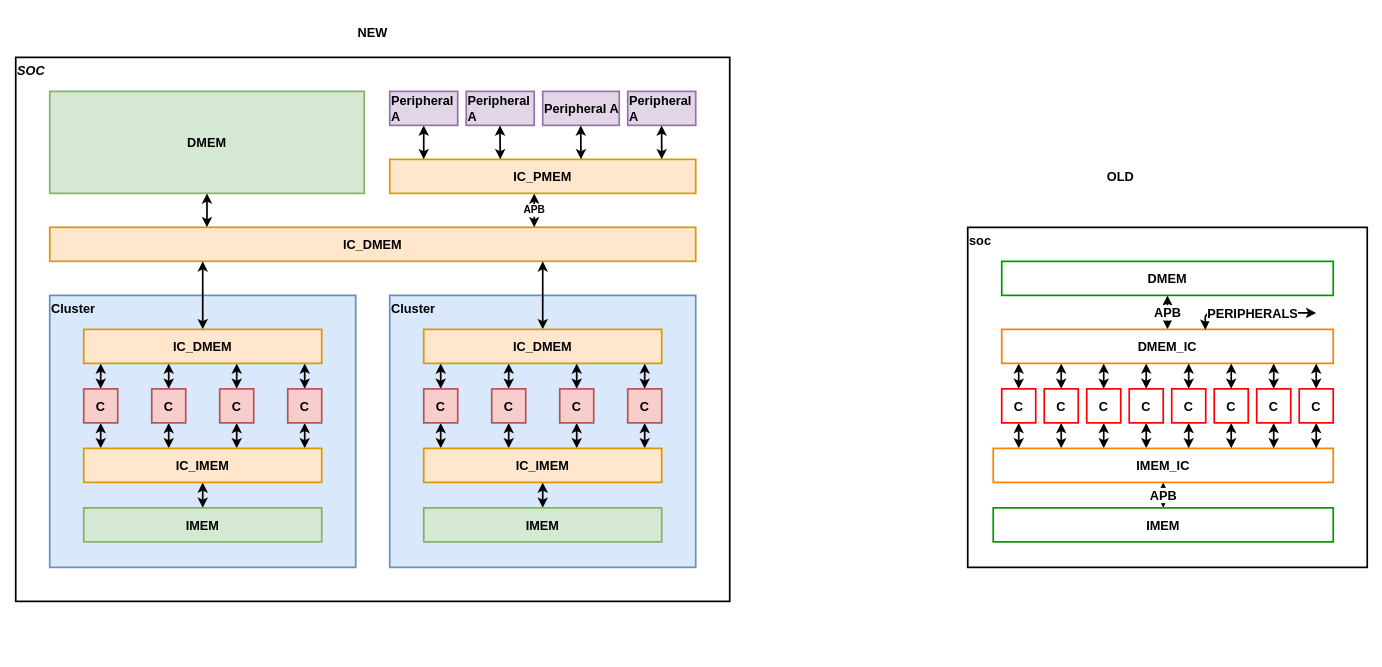
Earlier version of the draw.io diagram docs/img/cluster.drawio (bendl/vmicro16_cluster_soc). Source tidied: cells renumbered, new cells numbered last; positions are measured from the earlier drawing's top-left corner, leaving out a move shared by most shapes. Both pictures are drawn from the tidied source at 85%, with x=0, y=0 at pixel (15, 14).
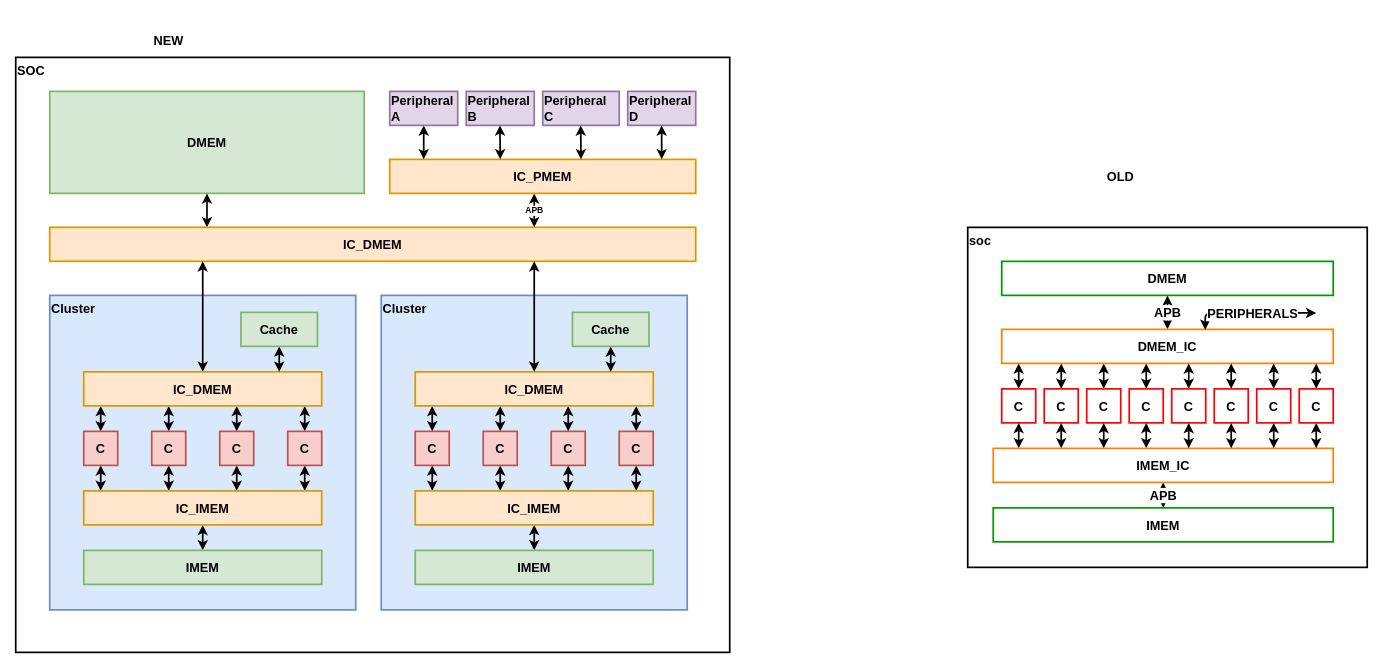
Above is the later version.

The change refers to these unchanged cells:
```xml
<mxCell id="19" value="DMEM" style="rounded=0;whiteSpace=wrap;html=1;strokeColor=#82b366;strokeWidth=2;fillColor=#d5e8d4;fontStyle=1;fontSize=15;" parent="1" vertex="1">
  <mxGeometry x="40" y="90" width="370" height="120" as="geometry" />
</mxCell>
<mxCell id="21" value="IC_DMEM" style="rounded=0;whiteSpace=wrap;html=1;strokeColor=#d79b00;strokeWidth=2;fillColor=#ffe6cc;fontStyle=1;fontSize=15;" parent="1" vertex="1">
  <mxGeometry x="40" y="249.9" width="760" height="40" as="geometry" />
</mxCell>
<mxCell id="78" value="IC_PMEM" style="rounded=0;whiteSpace=wrap;html=1;strokeColor=#d79b00;strokeWidth=2;fillColor=#ffe6cc;fontStyle=1;fontSize=15;" parent="1" vertex="1">
  <mxGeometry x="440" y="170" width="360" height="40" as="geometry" />
</mxCell>
```

What changed in the source:
```diff
@@
-    <mxCell id="2" value="SOC" style="rounded=0;whiteSpace=wrap;html=1;strokeColor=#000000;align=left;verticalAlign=top;strokeWidth=2;fontStyle=3;fontSize=15;" parent="1" vertex="1">
-      <mxGeometry y="50" width="840" height="640" as="geometry" />
+    <mxCell id="2" value="SOC" style="rounded=0;whiteSpace=wrap;html=1;strokeColor=#000000;align=left;verticalAlign=top;strokeWidth=2;fontStyle=1;fontSize=15;" parent="1" vertex="1">
+      <mxGeometry y="50" width="840" height="700" as="geometry" />
     </mxCell>
     <mxCell id="3" value="Cluster" style="rounded=0;whiteSpace=wrap;html=1;strokeColor=#6c8ebf;align=left;verticalAlign=top;strokeWidth=2;fillColor=#dae8fc;fontStyle=1;fontSize=15;" parent="1" vertex="1">
-      <mxGeometry x="40" y="330" width="360" height="320" as="geometry" />
+      <mxGeometry x="40" y="330" width="360" height="370" as="geometry" />
     </mxCell>
@@
     <mxCell id="6" value="C" style="rounded=0;whiteSpace=wrap;html=1;strokeColor=#b85450;strokeWidth=2;fillColor=#f8cecc;fontStyle=1;fontSize=15;" parent="1" vertex="1">
-      <mxGeometry x="160" y="440" width="40" height="40" as="geometry" />
+      <mxGeometry x="160" y="490" width="40" height="40" as="geometry" />
     </mxCell>
@@
     <mxCell id="9" value="C" style="rounded=0;whiteSpace=wrap;html=1;strokeColor=#b85450;strokeWidth=2;fillColor=#f8cecc;fontStyle=1;fontSize=15;" parent="1" vertex="1">
-      <mxGeometry x="240" y="440" width="40" height="40" as="geometry" />
+      <mxGeometry x="240" y="490" width="40" height="40" as="geometry" />
     </mxCell>
@@
     <mxCell id="12" value="C" style="rounded=0;whiteSpace=wrap;html=1;strokeColor=#b85450;strokeWidth=2;fillColor=#f8cecc;fontStyle=1;fontSize=15;" parent="1" vertex="1">
-      <mxGeometry x="80" y="440" width="40" height="40" as="geometry" />
+      <mxGeometry x="80" y="490" width="40" height="40" as="geometry" />
     </mxCell>
@@
     <mxCell id="15" value="C" style="rounded=0;whiteSpace=wrap;html=1;strokeColor=#b85450;strokeWidth=2;fillColor=#f8cecc;fontStyle=1;fontSize=15;" parent="1" vertex="1">
-      <mxGeometry x="320" y="440" width="40" height="40" as="geometry" />
+      <mxGeometry x="320" y="490" width="40" height="40" as="geometry" />
     </mxCell>
@@
     <mxCell id="17" value="IC_IMEM" style="rounded=0;whiteSpace=wrap;html=1;strokeColor=#d79b00;strokeWidth=2;fillColor=#ffe6cc;fontStyle=1;fontSize=15;" parent="1" vertex="1">
-      <mxGeometry x="80" y="510" width="280" height="40" as="geometry" />
+      <mxGeometry x="80" y="560" width="280" height="40" as="geometry" />
     </mxCell>
     <mxCell id="18" value="IMEM" style="rounded=0;whiteSpace=wrap;html=1;strokeColor=#82b366;strokeWidth=2;fillColor=#d5e8d4;fontStyle=1;fontSize=15;" parent="1" vertex="1">
-      <mxGeometry x="80" y="580" width="280" height="40" as="geometry" />
+      <mxGeometry x="80" y="630" width="280" height="40" as="geometry" />
     </mxCell>
@@
-    <mxCell id="20" style="edgeStyle=elbowEdgeStyle;rounded=0;jettySize=auto;html=1;entryX=0.5;entryY=1;entryDx=0;entryDy=0;startArrow=classic;startFill=1;strokeWidth=2;fontStyle=1;fontSize=15;" parent="1" edge="1" source="21" target="19">
+    <mxCell id="20" style="edgeStyle=elbowEdgeStyle;rounded=0;jettySize=auto;html=1;startArrow=classic;startFill=1;strokeWidth=2;fontStyle=1;fontSize=15;" parent="1" edge="1" source="21" target="19">
       <mxGeometry relative="1" as="geometry">
         <Array as="points">
           <mxPoint x="225" y="230" />
         </Array>
       </mxGeometry>
     </mxCell>
@@
     <mxCell id="23" value="IC_DMEM" style="rounded=0;whiteSpace=wrap;html=1;strokeColor=#d79b00;strokeWidth=2;fillColor=#ffe6cc;fontStyle=1;fontSize=15;" parent="1" vertex="1">
-      <mxGeometry x="80" y="370" width="280" height="40" as="geometry" />
+      <mxGeometry x="80" y="420" width="280" height="40" as="geometry" />
     </mxCell>
-    <mxCell id="24" value="Cluster" style="rounded=0;whiteSpace=wrap;html=1;strokeColor=#6c8ebf;align=left;verticalAlign=top;strokeWidth=2;fillColor=#dae8fc;fontStyle=1;fontSize=15;" parent="1" vertex="1">
-      <mxGeometry x="440" y="330" width="360" height="320" as="geometry" />
-    </mxCell>
-    <mxCell id="25" style="edgeStyle=elbowEdgeStyle;rounded=0;jettySize=auto;html=1;exitX=0.5;exitY=0;exitDx=0;exitDy=0;startArrow=classic;startFill=1;strokeWidth=2;fontStyle=1;fontSize=15;" parent="1" edge="1" source="27" target="41">
-      <mxGeometry relative="1" as="geometry" />
-    </mxCell>
-    <mxCell id="26" style="edgeStyle=elbowEdgeStyle;rounded=0;jettySize=auto;html=1;exitX=0.5;exitY=1;exitDx=0;exitDy=0;startArrow=classic;startFill=1;strokeWidth=2;fontStyle=1;fontSize=15;" parent="1" edge="1" source="27" target="38">
-      <mxGeometry relative="1" as="geometry" />
-    </mxCell>
-    <mxCell id="27" value="C" style="rounded=0;whiteSpace=wrap;html=1;strokeColor=#b85450;strokeWidth=2;fillColor=#f8cecc;fontStyle=1;fontSize=15;" parent="1" vertex="1">
-      <mxGeometry x="560" y="440" width="40" height="40" as="geometry" />
-    </mxCell>
-    <mxCell id="28" style="edgeStyle=elbowEdgeStyle;rounded=0;jettySize=auto;html=1;exitX=0.5;exitY=0;exitDx=0;exitDy=0;startArrow=classic;startFill=1;strokeWidth=2;fontStyle=1;fontSize=15;" parent="1" edge="1" source="30" target="41">
-      <mxGeometry relative="1" as="geometry" />
-    </mxCell>
-    <mxCell id="29" style="edgeStyle=elbowEdgeStyle;rounded=0;jettySize=auto;html=1;exitX=0.5;exitY=1;exitDx=0;exitDy=0;startArrow=classic;startFill=1;strokeWidth=2;fontStyle=1;fontSize=15;" parent="1" edge="1" source="30" target="38">
-      <mxGeometry relative="1" as="geometry" />
-    </mxCell>
-    <mxCell id="30" value="C" style="rounded=0;whiteSpace=wrap;html=1;strokeColor=#b85450;strokeWidth=2;fillColor=#f8cecc;fontStyle=1;fontSize=15;" parent="1" vertex="1">
-      <mxGeometry x="640" y="440" width="40" height="40" as="geometry" />
-    </mxCell>
-    <mxCell id="31" style="edgeStyle=elbowEdgeStyle;rounded=0;jettySize=auto;html=1;exitX=0.5;exitY=0;exitDx=0;exitDy=0;startArrow=classic;startFill=1;strokeWidth=2;fontStyle=1;fontSize=15;" parent="1" edge="1" source="33" target="41">
-      <mxGeometry relative="1" as="geometry" />
-    </mxCell>
-    <mxCell id="32" style="edgeStyle=elbowEdgeStyle;rounded=0;jettySize=auto;html=1;exitX=0.5;exitY=1;exitDx=0;exitDy=0;startArrow=classic;startFill=1;strokeWidth=2;fontStyle=1;fontSize=15;" parent="1" edge="1" source="33" target="38">
-      <mxGeometry relative="1" as="geometry" />
-    </mxCell>
-    <mxCell id="33" value="C" style="rounded=0;whiteSpace=wrap;html=1;strokeColor=#b85450;strokeWidth=2;fillColor=#f8cecc;fontStyle=1;fontSize=15;" parent="1" vertex="1">
-      <mxGeometry x="480" y="440" width="40" height="40" as="geometry" />
-    </mxCell>
-    <mxCell id="34" style="edgeStyle=elbowEdgeStyle;rounded=0;jettySize=auto;html=1;exitX=0.5;exitY=0;exitDx=0;exitDy=0;startArrow=classic;startFill=1;strokeWidth=2;fontStyle=1;fontSize=15;" parent="1" edge="1" source="36" target="41">
-      <mxGeometry relative="1" as="geometry" />
-    </mxCell>
-    <mxCell id="35" style="edgeStyle=elbowEdgeStyle;rounded=0;jettySize=auto;html=1;exitX=0.5;exitY=1;exitDx=0;exitDy=0;startArrow=classic;startFill=1;strokeWidth=2;fontStyle=1;fontSize=15;" parent="1" edge="1" source="36" target="38">
-      <mxGeometry relative="1" as="geometry" />
-    </mxCell>
-    <mxCell id="36" value="C" style="rounded=0;whiteSpace=wrap;html=1;strokeColor=#b85450;strokeWidth=2;fillColor=#f8cecc;fontStyle=1;fontSize=15;" parent="1" vertex="1">
-      <mxGeometry x="720" y="440" width="40" height="40" as="geometry" />
-    </mxCell>
-    <mxCell id="37" style="edgeStyle=elbowEdgeStyle;rounded=0;jettySize=auto;html=1;exitX=0.5;exitY=1;exitDx=0;exitDy=0;startArrow=classic;startFill=1;strokeWidth=2;fontStyle=1;fontSize=15;" parent="1" edge="1" source="38" target="39">
-      <mxGeometry relative="1" as="geometry" />
-    </mxCell>
-    <mxCell id="38" value="IC_IMEM" style="rounded=0;whiteSpace=wrap;html=1;strokeColor=#d79b00;strokeWidth=2;fillColor=#ffe6cc;fontStyle=1;fontSize=15;" parent="1" vertex="1">
-      <mxGeometry x="480" y="510" width="280" height="40" as="geometry" />
-    </mxCell>
-    <mxCell id="39" value="IMEM" style="rounded=0;whiteSpace=wrap;html=1;strokeColor=#82b366;strokeWidth=2;fillColor=#d5e8d4;fontStyle=1;fontSize=15;" parent="1" vertex="1">
-      <mxGeometry x="480" y="580" width="280" height="40" as="geometry" />
-    </mxCell>
-    <mxCell id="40" style="edgeStyle=elbowEdgeStyle;rounded=0;jettySize=auto;html=1;exitX=0.5;exitY=0;exitDx=0;exitDy=0;startArrow=classic;startFill=1;strokeWidth=2;fontStyle=1;fontSize=15;" parent="1" edge="1" source="41" target="21">
-      <mxGeometry relative="1" as="geometry" />
-    </mxCell>
-    <mxCell id="41" value="IC_DMEM" style="rounded=0;whiteSpace=wrap;html=1;strokeColor=#d79b00;strokeWidth=2;fillColor=#ffe6cc;fontStyle=1;fontSize=15;" parent="1" vertex="1">
-      <mxGeometry x="480" y="370" width="280" height="40" as="geometry" />
-    </mxCell>
@@
     <mxCell id="62" value="NEW" style="text;html=1;strokeColor=none;fillColor=none;align=center;verticalAlign=middle;whiteSpace=wrap;rounded=0;strokeWidth=2;fontStyle=1;fontSize=15;" parent="1" vertex="1">
-      <mxGeometry x="240" width="360" height="40" as="geometry" />
+      <mxGeometry y="10" width="360" height="40" as="geometry" />
     </mxCell>
@@
-    <mxCell id="75" value="APB" style="endArrow=classic;startArrow=classic;html=1;strokeWidth=2;entryX=0.75;entryY=0;entryDx=0;entryDy=0;edgeStyle=elbowEdgeStyle;fontStyle=1;fontSize=12;" parent="1" edge="1" source="78" target="21">
+    <mxCell id="75" value="APB" style="endArrow=classic;startArrow=classic;html=1;strokeWidth=2;entryX=0.75;entryY=0;entryDx=0;entryDy=0;edgeStyle=elbowEdgeStyle;fontStyle=1;fontSize=10;" parent="1" edge="1" source="78" target="21">
       <mxGeometry relative="1" as="geometry" />
     </mxCell>
@@
-    <mxCell id="77" value="Peripheral A" style="rounded=0;whiteSpace=wrap;html=1;strokeColor=#9673a6;strokeWidth=2;align=left;fillColor=#e1d5e7;fontStyle=1;fontSize=15;" parent="1" vertex="1">
+    <mxCell id="77" value="Peripheral D" style="rounded=0;whiteSpace=wrap;html=1;strokeColor=#9673a6;strokeWidth=2;align=left;fillColor=#e1d5e7;fontStyle=1;fontSize=15;" parent="1" vertex="1">
       <mxGeometry x="720" y="90" width="80" height="40" as="geometry" />
     </mxCell>
@@
-    <mxCell id="79" value="Peripheral A" style="rounded=0;whiteSpace=wrap;html=1;strokeColor=#9673a6;strokeWidth=2;align=left;fillColor=#e1d5e7;fontStyle=1;fontSize=15;" parent="1" vertex="1">
+    <mxCell id="79" value="Peripheral C" style="rounded=0;whiteSpace=wrap;html=1;strokeColor=#9673a6;strokeWidth=2;align=left;fillColor=#e1d5e7;fontStyle=1;fontSize=15;" parent="1" vertex="1">
       <mxGeometry x="620" y="90" width="90" height="40" as="geometry" />
     </mxCell>
-    <mxCell id="80" value="Peripheral A" style="rounded=0;whiteSpace=wrap;html=1;strokeColor=#9673a6;strokeWidth=2;align=left;fillColor=#e1d5e7;fontStyle=1;fontSize=15;" parent="1" vertex="1">
+    <mxCell id="80" value="Peripheral B" style="rounded=0;whiteSpace=wrap;html=1;strokeColor=#9673a6;strokeWidth=2;align=left;fillColor=#e1d5e7;fontStyle=1;fontSize=15;" parent="1" vertex="1">
       <mxGeometry x="530" y="90" width="80" height="40" as="geometry" />
     </mxCell>
@@
+    <mxCell id="86" style="edgeStyle=elbowEdgeStyle;rounded=0;jettySize=auto;html=1;exitX=0.5;exitY=1;exitDx=0;exitDy=0;startArrow=classic;startFill=1;strokeWidth=2;fontSize=12;" parent="1" edge="1" source="87" target="23">
+      <mxGeometry relative="1" as="geometry" />
+    </mxCell>
+    <mxCell id="87" value="Cache" style="rounded=0;whiteSpace=wrap;html=1;strokeColor=#82b366;strokeWidth=2;fillColor=#d5e8d4;fontStyle=1;fontSize=15;" parent="1" vertex="1">
+      <mxGeometry x="265" y="350" width="90" height="40" as="geometry" />
+    </mxCell>
+    <mxCell id="24" value="Cluster" style="rounded=0;whiteSpace=wrap;html=1;strokeColor=#6c8ebf;align=left;verticalAlign=top;strokeWidth=2;fillColor=#dae8fc;fontStyle=1;fontSize=15;" parent="1" vertex="1">
+      <mxGeometry x="430" y="330" width="360" height="370" as="geometry" />
+    </mxCell>
+    <mxCell id="88" style="edgeStyle=elbowEdgeStyle;rounded=0;jettySize=auto;html=1;exitX=0.5;exitY=0;exitDx=0;exitDy=0;startArrow=classic;startFill=1;strokeWidth=2;fontStyle=1;fontSize=15;" parent="1" edge="1" source="90" target="41">
+      <mxGeometry relative="1" as="geometry" />
+    </mxCell>
+    <mxCell id="89" style="edgeStyle=elbowEdgeStyle;rounded=0;jettySize=auto;html=1;exitX=0.5;exitY=1;exitDx=0;exitDy=0;startArrow=classic;startFill=1;strokeWidth=2;fontStyle=1;fontSize=15;" parent="1" edge="1" source="90" target="38">
+      <mxGeometry relative="1" as="geometry" />
+    </mxCell>
+    <mxCell id="90" value="C" style="rounded=0;whiteSpace=wrap;html=1;strokeColor=#b85450;strokeWidth=2;fillColor=#f8cecc;fontStyle=1;fontSize=15;" parent="1" vertex="1">
+      <mxGeometry x="550" y="490" width="40" height="40" as="geometry" />
+    </mxCell>
+    <mxCell id="91" style="edgeStyle=elbowEdgeStyle;rounded=0;jettySize=auto;html=1;exitX=0.5;exitY=0;exitDx=0;exitDy=0;startArrow=classic;startFill=1;strokeWidth=2;fontStyle=1;fontSize=15;" parent="1" edge="1" source="93" target="41">
+      <mxGeometry relative="1" as="geometry" />
+    </mxCell>
+    <mxCell id="92" style="edgeStyle=elbowEdgeStyle;rounded=0;jettySize=auto;html=1;exitX=0.5;exitY=1;exitDx=0;exitDy=0;startArrow=classic;startFill=1;strokeWidth=2;fontStyle=1;fontSize=15;" parent="1" edge="1" source="93" target="38">
+      <mxGeometry relative="1" as="geometry" />
+    </mxCell>
+    <mxCell id="93" value="C" style="rounded=0;whiteSpace=wrap;html=1;strokeColor=#b85450;strokeWidth=2;fillColor=#f8cecc;fontStyle=1;fontSize=15;" parent="1" vertex="1">
+      <mxGeometry x="630" y="490" width="40" height="40" as="geometry" />
+    </mxCell>
+    <mxCell id="94" style="edgeStyle=elbowEdgeStyle;rounded=0;jettySize=auto;html=1;exitX=0.5;exitY=0;exitDx=0;exitDy=0;startArrow=classic;startFill=1;strokeWidth=2;fontStyle=1;fontSize=15;" parent="1" edge="1" source="96" target="41">
+      <mxGeometry relative="1" as="geometry" />
+    </mxCell>
+    <mxCell id="95" style="edgeStyle=elbowEdgeStyle;rounded=0;jettySize=auto;html=1;exitX=0.5;exitY=1;exitDx=0;exitDy=0;startArrow=classic;startFill=1;strokeWidth=2;fontStyle=1;fontSize=15;" parent="1" edge="1" source="96" target="38">
+      <mxGeometry relative="1" as="geometry" />
+    </mxCell>
+    <mxCell id="96" value="C" style="rounded=0;whiteSpace=wrap;html=1;strokeColor=#b85450;strokeWidth=2;fillColor=#f8cecc;fontStyle=1;fontSize=15;" parent="1" vertex="1">
+      <mxGeometry x="470" y="490" width="40" height="40" as="geometry" />
+    </mxCell>
+    <mxCell id="97" style="edgeStyle=elbowEdgeStyle;rounded=0;jettySize=auto;html=1;exitX=0.5;exitY=0;exitDx=0;exitDy=0;startArrow=classic;startFill=1;strokeWidth=2;fontStyle=1;fontSize=15;" parent="1" edge="1" source="99" target="41">
+      <mxGeometry relative="1" as="geometry" />
+    </mxCell>
+    <mxCell id="98" style="edgeStyle=elbowEdgeStyle;rounded=0;jettySize=auto;html=1;exitX=0.5;exitY=1;exitDx=0;exitDy=0;startArrow=classic;startFill=1;strokeWidth=2;fontStyle=1;fontSize=15;" parent="1" edge="1" source="99" target="38">
+      <mxGeometry relative="1" as="geometry" />
+    </mxCell>
+    <mxCell id="99" value="C" style="rounded=0;whiteSpace=wrap;html=1;strokeColor=#b85450;strokeWidth=2;fillColor=#f8cecc;fontStyle=1;fontSize=15;" parent="1" vertex="1">
+      <mxGeometry x="710" y="490" width="40" height="40" as="geometry" />
+    </mxCell>
+    <mxCell id="37" style="edgeStyle=elbowEdgeStyle;rounded=0;jettySize=auto;html=1;exitX=0.5;exitY=1;exitDx=0;exitDy=0;startArrow=classic;startFill=1;strokeWidth=2;fontStyle=1;fontSize=15;" parent="1" edge="1" source="38" target="39">
+      <mxGeometry relative="1" as="geometry" />
+    </mxCell>
+    <mxCell id="38" value="IC_IMEM" style="rounded=0;whiteSpace=wrap;html=1;strokeColor=#d79b00;strokeWidth=2;fillColor=#ffe6cc;fontStyle=1;fontSize=15;" parent="1" vertex="1">
+      <mxGeometry x="470" y="560" width="280" height="40" as="geometry" />
+    </mxCell>
+    <mxCell id="39" value="IMEM" style="rounded=0;whiteSpace=wrap;html=1;strokeColor=#82b366;strokeWidth=2;fillColor=#d5e8d4;fontStyle=1;fontSize=15;" parent="1" vertex="1">
+      <mxGeometry x="470" y="630" width="280" height="40" as="geometry" />
+    </mxCell>
+    <mxCell id="41" value="IC_DMEM" style="rounded=0;whiteSpace=wrap;html=1;strokeColor=#d79b00;strokeWidth=2;fillColor=#ffe6cc;fontStyle=1;fontSize=15;" parent="1" vertex="1">
+      <mxGeometry x="470" y="420" width="280" height="40" as="geometry" />
+    </mxCell>
+    <mxCell id="100" style="edgeStyle=elbowEdgeStyle;rounded=0;jettySize=auto;html=1;exitX=0.5;exitY=1;exitDx=0;exitDy=0;startArrow=classic;startFill=1;strokeWidth=2;fontSize=12;" parent="1" edge="1" source="101" target="41">
+      <mxGeometry relative="1" as="geometry" />
+    </mxCell>
+    <mxCell id="101" value="Cache" style="rounded=0;whiteSpace=wrap;html=1;strokeColor=#82b366;strokeWidth=2;fillColor=#d5e8d4;fontStyle=1;fontSize=15;" parent="1" vertex="1">
+      <mxGeometry x="655" y="350" width="90" height="40" as="geometry" />
+    </mxCell>
+    <mxCell id="40" style="edgeStyle=elbowEdgeStyle;rounded=0;jettySize=auto;html=1;startArrow=classic;startFill=1;strokeWidth=2;fontStyle=1;fontSize=15;" parent="1" edge="1" source="41" target="21">
+      <mxGeometry relative="1" as="geometry" />
+    </mxCell>
```
